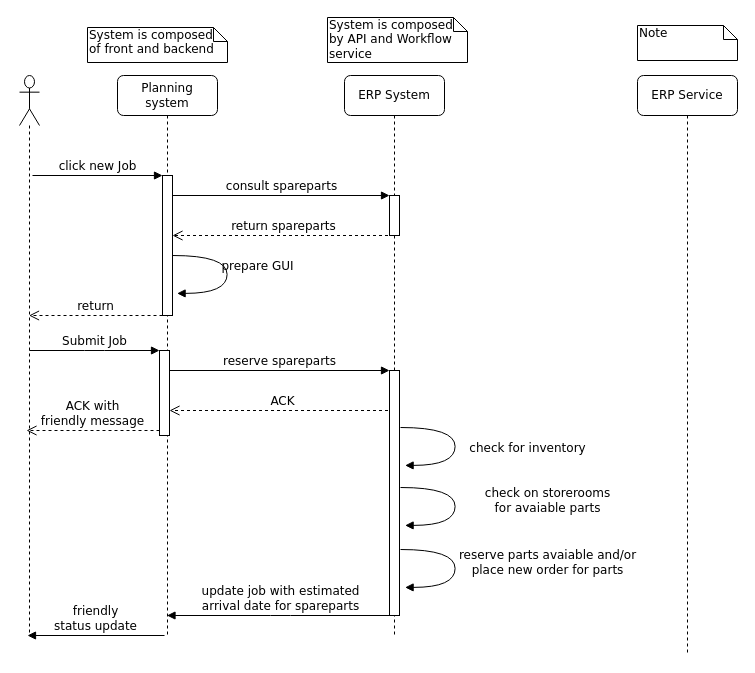
Earlier version of the draw.io diagram page "Page-1" (1 of 6) of Bentley.drawio (giuberti/diagrams). Source tidied: cells renumbered, new cells numbered last; positions are measured from the earlier drawing's top-left corner, leaving out a move shared by most shapes. Both pictures are drawn from the tidied source at 100%, with x=0, y=0 at pixel (19, 17).
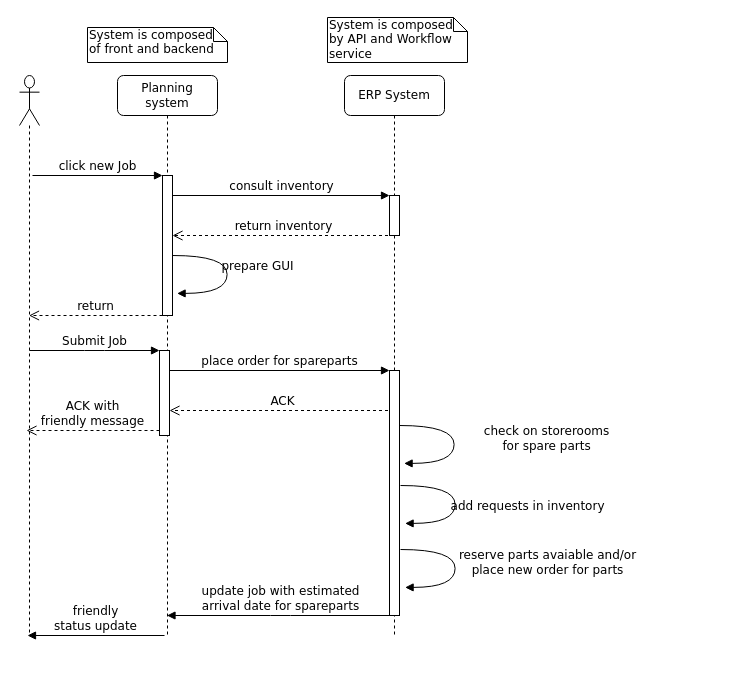
The same diagram, later.

The change refers to these unchanged cells:
```xml
<mxCell id="2" value="ERP System" style="shape=umlLifeline;perimeter=lifelinePerimeter;whiteSpace=wrap;html=1;outlineConnect=0;rounded=1;shadow=0;comic=0;labelBackgroundColor=none;strokeWidth=1;fontFamily=Verdana;fontSize=12;align=center;" parent="1" vertex="1">
  <mxGeometry x="325" y="58" width="100" height="560" as="geometry" />
</mxCell>
<mxCell id="3" style="html=1;points=[];perimeter=orthogonalPerimeter;rounded=0;shadow=0;comic=0;labelBackgroundColor=none;strokeWidth=1;fontFamily=Verdana;fontSize=12;align=center;" parent="2" vertex="1">
  <mxGeometry x="45" y="120" width="10" height="40" as="geometry" />
</mxCell>
<mxCell id="4" value="Planning system" style="shape=umlLifeline;perimeter=lifelinePerimeter;whiteSpace=wrap;html=1;rounded=1;shadow=0;comic=0;labelBackgroundColor=none;strokeWidth=1;fontFamily=Verdana;fontSize=12;align=center;" parent="1" vertex="1">
  <mxGeometry x="98" y="58" width="100" height="560" as="geometry" />
</mxCell>
<mxCell id="5" style="html=1;points=[];perimeter=orthogonalPerimeter;rounded=0;shadow=0;comic=0;labelBackgroundColor=none;strokeWidth=1;fontFamily=Verdana;fontSize=12;align=center;" parent="4" vertex="1">
  <mxGeometry x="45" y="100" width="10" height="140" as="geometry" />
</mxCell>
<mxCell id="8" style="html=1;points=[];perimeter=orthogonalPerimeter;rounded=0;shadow=0;comic=0;labelBackgroundColor=none;strokeWidth=1;fontFamily=Verdana;fontSize=12;align=center;" parent="4" vertex="1">
  <mxGeometry x="42" y="275" width="10" height="85" as="geometry" />
</mxCell>
<mxCell id="13" style="html=1;points=[];perimeter=orthogonalPerimeter;rounded=0;shadow=0;comic=0;labelBackgroundColor=none;strokeWidth=1;fontFamily=Verdana;fontSize=12;align=center;" parent="4" vertex="1">
  <mxGeometry x="272" y="295" width="10" height="245" as="geometry" />
</mxCell>
```

Change to the diagram source:
```diff
@@
+    <mxCell id="24" value="check on storerooms&lt;br&gt; for spare parts" style="html=1;verticalAlign=bottom;endArrow=block;labelBackgroundColor=none;fontFamily=Verdana;fontSize=12;elbow=vertical;edgeStyle=orthogonalEdgeStyle;curved=1;entryX=1;entryY=0.286;entryPerimeter=0;exitX=1.038;exitY=0.345;exitPerimeter=0;" parent="2" edge="1">
+      <mxGeometry x="0.19" y="92" relative="1" as="geometry">
+        <mxPoint x="55" y="350" as="sourcePoint" />
+        <mxPoint x="59.6" y="387.9" as="targetPoint" />
+        <Array as="points">
+          <mxPoint x="109.6" y="349.9" />
+          <mxPoint x="109.6" y="387.9" />
+        </Array>
+      </mxGeometry>
+    </mxCell>
+    <mxCell id="22" value="add requests in inventory" style="html=1;verticalAlign=bottom;endArrow=block;labelBackgroundColor=none;fontFamily=Verdana;fontSize=12;elbow=vertical;edgeStyle=orthogonalEdgeStyle;curved=1;entryX=1;entryY=0.286;entryPerimeter=0;exitX=1.038;exitY=0.345;exitPerimeter=0;" parent="2" edge="1">
+      <mxGeometry x="0.19" y="72" relative="1" as="geometry">
+        <mxPoint x="56" y="410" as="sourcePoint" />
+        <mxPoint x="60.6" y="447.9" as="targetPoint" />
+        <Array as="points">
+          <mxPoint x="110.6" y="409.9" />
+          <mxPoint x="110.6" y="447.9" />
+        </Array>
+      </mxGeometry>
+    </mxCell>
@@
-    <mxCell id="11" value="reserve spareparts" style="html=1;verticalAlign=bottom;endArrow=block;entryX=0;entryY=0;labelBackgroundColor=none;fontFamily=Verdana;fontSize=12;edgeStyle=elbowEdgeStyle;elbow=vertical;" parent="4" edge="1" source="8" target="13">
+    <mxCell id="11" value="place order for spareparts" style="html=1;verticalAlign=bottom;endArrow=block;entryX=0;entryY=0;labelBackgroundColor=none;fontFamily=Verdana;fontSize=12;edgeStyle=elbowEdgeStyle;elbow=vertical;" parent="4" edge="1" source="8" target="13">
       <mxGeometry relative="1" as="geometry" />
     </mxCell>
@@
-    <mxCell id="14" value="ERP Service" style="shape=umlLifeline;perimeter=lifelinePerimeter;whiteSpace=wrap;html=1;rounded=1;shadow=0;comic=0;labelBackgroundColor=none;strokeWidth=1;fontFamily=Verdana;fontSize=12;align=center;" parent="1" vertex="1">
-      <mxGeometry x="618" y="58" width="100" height="580" as="geometry" />
-    </mxCell>
@@
-    <mxCell id="16" value="consult spareparts" style="html=1;verticalAlign=bottom;endArrow=block;entryX=0;entryY=0;labelBackgroundColor=none;fontFamily=Verdana;fontSize=12;edgeStyle=elbowEdgeStyle;elbow=vertical;" parent="1" edge="1" source="5" target="3">
+    <mxCell id="16" value="consult inventory" style="html=1;verticalAlign=bottom;endArrow=block;entryX=0;entryY=0;labelBackgroundColor=none;fontFamily=Verdana;fontSize=12;edgeStyle=elbowEdgeStyle;elbow=vertical;" parent="1" edge="1" source="5" target="3">
       <mxGeometry relative="1" as="geometry" />
     </mxCell>
@@
-    <mxCell id="19" value="Note" style="shape=note;whiteSpace=wrap;html=1;size=14;verticalAlign=top;align=left;spacingTop=-6;rounded=0;shadow=0;comic=0;labelBackgroundColor=none;strokeWidth=1;fontFamily=Verdana;fontSize=12;" parent="1" vertex="1">
-      <mxGeometry x="618" y="8" width="100" height="35" as="geometry" />
-    </mxCell>
@@
-    <mxCell id="21" value="return spareparts" style="html=1;verticalAlign=bottom;endArrow=open;dashed=1;endSize=8;labelBackgroundColor=none;fontFamily=Verdana;fontSize=12;" parent="1" edge="1" source="2">
+    <mxCell id="21" value="return inventory" style="html=1;verticalAlign=bottom;endArrow=open;dashed=1;endSize=8;labelBackgroundColor=none;fontFamily=Verdana;fontSize=12;" parent="1" edge="1" source="2">
       <mxGeometry relative="1" as="geometry">
         <mxPoint x="153" y="218" as="targetPoint" />
       </mxGeometry>
     </mxCell>
-    <mxCell id="22" value="check for inventory" style="html=1;verticalAlign=bottom;endArrow=block;labelBackgroundColor=none;fontFamily=Verdana;fontSize=12;elbow=vertical;edgeStyle=orthogonalEdgeStyle;curved=1;entryX=1;entryY=0.286;entryPerimeter=0;exitX=1.038;exitY=0.345;exitPerimeter=0;" parent="1" edge="1">
-      <mxGeometry x="0.19" y="72" relative="1" as="geometry">
-        <mxPoint x="381" y="410" as="sourcePoint" />
-        <mxPoint x="385.6" y="447.9" as="targetPoint" />
-        <Array as="points">
-          <mxPoint x="435.6" y="409.9" />
-          <mxPoint x="435.6" y="447.9" />
-        </Array>
-      </mxGeometry>
-    </mxCell>
@@
-    <mxCell id="24" value="check on storerooms&lt;br&gt; for avaiable parts" style="html=1;verticalAlign=bottom;endArrow=block;labelBackgroundColor=none;fontFamily=Verdana;fontSize=12;elbow=vertical;edgeStyle=orthogonalEdgeStyle;curved=1;entryX=1;entryY=0.286;entryPerimeter=0;exitX=1.038;exitY=0.345;exitPerimeter=0;" parent="1" edge="1">
-      <mxGeometry x="0.19" y="92" relative="1" as="geometry">
-        <mxPoint x="381" y="470" as="sourcePoint" />
-        <mxPoint x="385.6" y="507.9" as="targetPoint" />
-        <Array as="points">
-          <mxPoint x="435.6" y="469.9" />
-          <mxPoint x="435.6" y="507.9" />
-        </Array>
-      </mxGeometry>
-    </mxCell>
```
